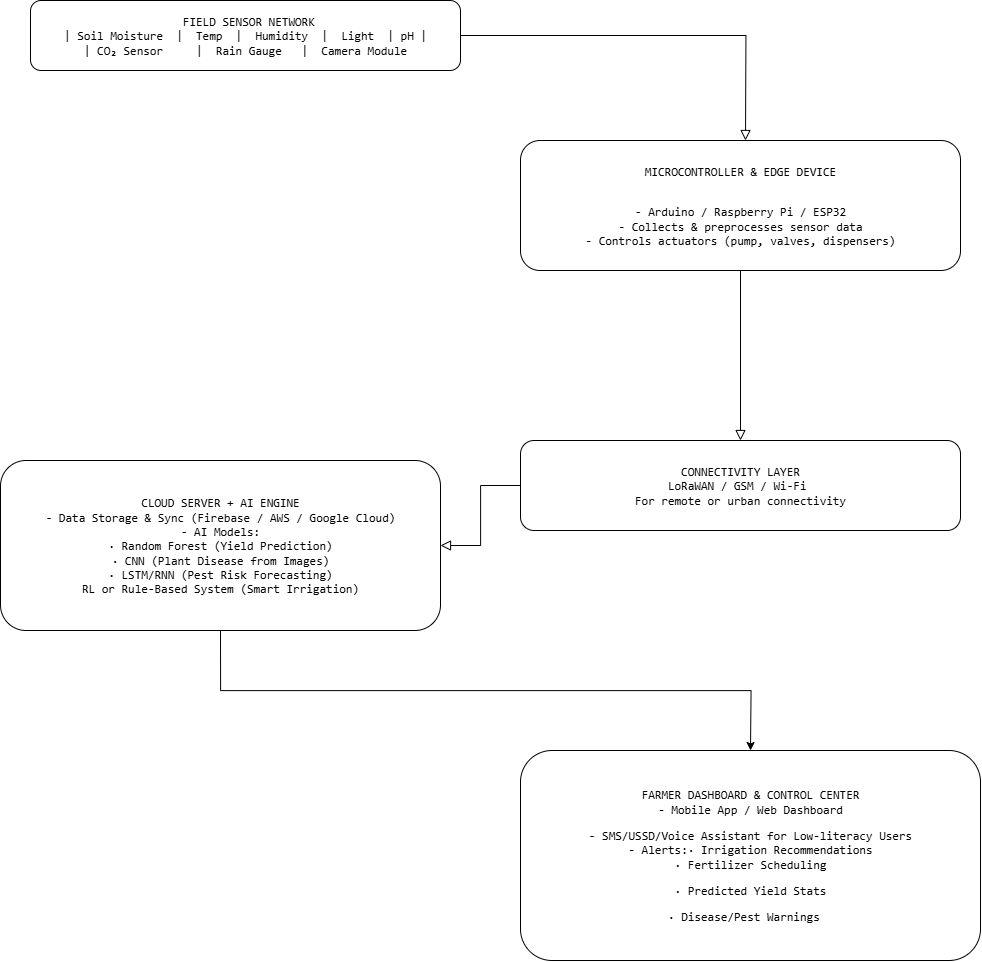
This is Image.png from Brillywam/AI_Future_Directions, a draw.io export, as it was before one commit. Source tidied: cells renumbered, new cells last; positions are measured from the earlier drawing's top-left corner, leaving out a move shared by most shapes. Its diagram source:
```xml
<mxGraphModel>
  <root>
    <mxCell id="0" />
    <mxCell id="1" parent="0" />
    <mxCell id="2" style="rounded=0;html=1;jettySize=auto;fontSize=11;endArrow=block;endFill=0;endSize=8;strokeWidth=1;shadow=0;labelBackgroundColor=none;edgeStyle=orthogonalEdgeStyle;strokeColor=light-dark(#000000,#FFFFFF);" parent="1" edge="1" source="3">
      <mxGeometry relative="1" as="geometry">
        <mxPoint x="745" y="140" as="targetPoint" />
      </mxGeometry>
    </mxCell>
    <mxCell id="3" value="&lt;pre&gt; FIELD SENSOR NETWORK&lt;br&gt;| Soil Moisture  |  Temp  |  Humidity  |  Light  | pH |&lt;br&gt;| CO₂ Sensor     |  Rain Gauge   |  Camera Module&lt;/pre&gt;" style="rounded=1;whiteSpace=wrap;html=1;fontSize=12;glass=0;strokeWidth=1;shadow=0;strokeColor=light-dark(#000000,#FFFFFF);" parent="1" vertex="1">
      <mxGeometry x="30" width="430" height="70" as="geometry" />
    </mxCell>
    <mxCell id="4" style="rounded=0;html=1;jettySize=auto;fontSize=11;endArrow=block;endFill=0;endSize=8;strokeWidth=1;shadow=0;labelBackgroundColor=none;edgeStyle=orthogonalEdgeStyle;exitX=0.5;exitY=1;exitDx=0;exitDy=0;entryX=0.5;entryY=0;entryDx=0;entryDy=0;strokeColor=light-dark(#000000,#FFFFFF);" parent="1" edge="1" source="8" target="9">
      <mxGeometry y="20" relative="1" as="geometry" />
    </mxCell>
    <mxCell id="5" style="rounded=0;html=1;jettySize=auto;fontSize=11;endArrow=block;endFill=0;endSize=8;strokeWidth=1;shadow=0;labelBackgroundColor=none;edgeStyle=orthogonalEdgeStyle;strokeColor=light-dark(#000000,#FFFFFF);" parent="1" edge="1" source="9" target="7">
      <mxGeometry x="0.33" y="20" relative="1" as="geometry" />
    </mxCell>
    <mxCell id="6" style="edgeStyle=orthogonalEdgeStyle;rounded=0;jettySize=auto;html=1;exitX=0.5;exitY=1;exitDx=0;exitDy=0;strokeColor=light-dark(#000000,#FFFFFF);" parent="1" edge="1" source="7">
      <mxGeometry relative="1" as="geometry">
        <mxPoint x="750" y="750" as="targetPoint" />
      </mxGeometry>
    </mxCell>
    <mxCell id="7" value="&lt;pre&gt;CLOUD SERVER + AI ENGINE&lt;br/&gt;- Data Storage &amp;amp; Sync (Firebase / AWS / Google Cloud)&lt;br/&gt;- AI Models:&lt;br/&gt;· Random Forest (Yield Prediction)&lt;br/&gt;· CNN (Plant Disease from Images)&lt;br/&gt;· LSTM/RNN (Pest Risk Forecasting)&lt;br/&gt;RL or Rule-Based System (Smart Irrigation)&lt;/pre&gt;" style="rounded=1;whiteSpace=wrap;html=1;fontSize=12;glass=0;strokeWidth=1;shadow=0;strokeColor=light-dark(#000000,#FFFFFF);" parent="1" vertex="1">
      <mxGeometry y="460" width="440" height="170" as="geometry" />
    </mxCell>
    <mxCell id="8" value="&lt;pre&gt;MICROCONTROLLER &amp;amp; EDGE DEVICE&lt;br/&gt;&lt;br&gt;&lt;/pre&gt;&lt;pre&gt;- Arduino / Raspberry Pi / ESP32&lt;br/&gt;- Collects &amp;amp; preprocesses sensor data&lt;br/&gt;- Controls actuators (pump, valves, dispensers)&lt;/pre&gt;" style="rounded=1;whiteSpace=wrap;html=1;align=center;strokeColor=light-dark(#000000,#FFFFFF);" parent="1" vertex="1">
      <mxGeometry x="520" y="140" width="440" height="130" as="geometry" />
    </mxCell>
    <mxCell id="9" value="&lt;pre&gt;CONNECTIVITY LAYER&lt;br/&gt;LoRaWAN / GSM / Wi-Fi &lt;br/&gt;For remote or urban connectivity&lt;/pre&gt;" style="rounded=1;whiteSpace=wrap;html=1;strokeColor=light-dark(#000000,#FFFFFF);" parent="1" vertex="1">
      <mxGeometry x="520" y="440" width="440" height="90" as="geometry" />
    </mxCell>
    <mxCell id="10" value="&lt;pre&gt;FARMER DASHBOARD &amp;amp; CONTROL CENTER&lt;br&gt;- Mobile App / Web Dashboard&lt;/pre&gt;&lt;pre&gt;- SMS/USSD/Voice Assistant for Low-literacy Users&lt;br&gt;- Alerts:· Irrigation Recommendations&lt;br&gt;· Fertilizer Scheduling&lt;/pre&gt;&lt;pre&gt;· Predicted Yield Stats&lt;/pre&gt;&lt;pre&gt;· Disease/Pest Warnings  &lt;/pre&gt;" style="rounded=1;whiteSpace=wrap;html=1;align=center;strokeColor=light-dark(#000000,#FFFFFF);" parent="1" vertex="1">
      <mxGeometry x="520" y="750" width="460" height="210" as="geometry" />
    </mxCell>
  </root>
</mxGraphModel>
```
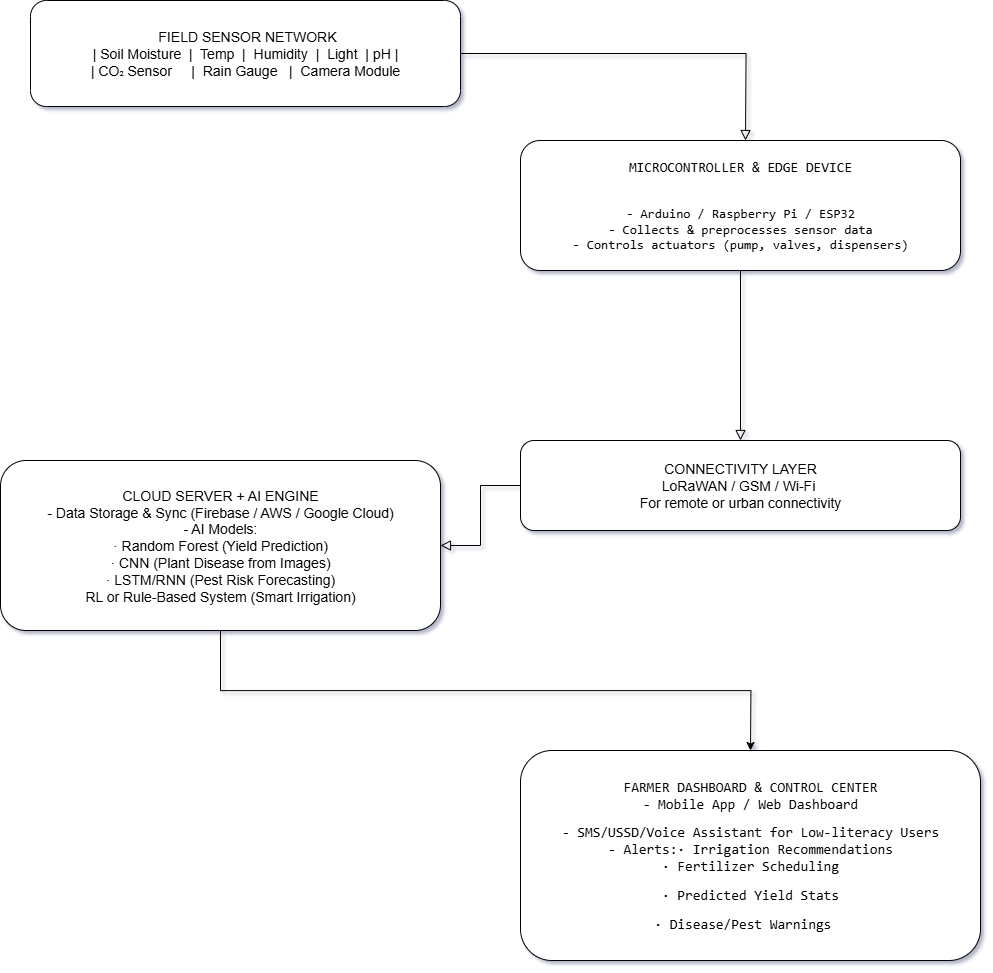
After the change.

Change to the diagram source:
```diff
@@ -1,4 +1,4 @@
-<mxGraphModel>
+<mxGraphModel background="#FFFFFF" shadow="1">
   <root>
     <mxCell id="0" />
     <mxCell id="1" parent="0" />
@@ -7,8 +7,8 @@
         <mxPoint x="745" y="140" as="targetPoint" />
       </mxGeometry>
     </mxCell>
-    <mxCell id="3" value="&lt;pre&gt; FIELD SENSOR NETWORK&lt;br&gt;| Soil Moisture  |  Temp  |  Humidity  |  Light  | pH |&lt;br&gt;| CO₂ Sensor     |  Rain Gauge   |  Camera Module&lt;/pre&gt;" style="rounded=1;whiteSpace=wrap;html=1;fontSize=12;glass=0;strokeWidth=1;shadow=0;strokeColor=light-dark(#000000,#FFFFFF);" parent="1" vertex="1">
-      <mxGeometry x="30" width="430" height="70" as="geometry" />
+    <mxCell id="3" value="&lt;pre&gt;&lt;font face=&quot;Helvetica&quot; style=&quot;font-size: 14px;&quot;&gt; FIELD SENSOR NETWORK&lt;br&gt;| Soil Moisture  |  Temp  |  Humidity  |  Light  | pH |&lt;br&gt;| CO₂ Sensor     |  Rain Gauge   |  Camera Module&lt;/font&gt;&lt;/pre&gt;" style="rounded=1;whiteSpace=wrap;html=1;fontSize=12;glass=0;strokeWidth=1;shadow=0;strokeColor=light-dark(#000000,#FFFFFF);" parent="1" vertex="1">
+      <mxGeometry x="30" width="430" height="106" as="geometry" />
     </mxCell>
     <mxCell id="4" style="rounded=0;html=1;jettySize=auto;fontSize=11;endArrow=block;endFill=0;endSize=8;strokeWidth=1;shadow=0;labelBackgroundColor=none;edgeStyle=orthogonalEdgeStyle;exitX=0.5;exitY=1;exitDx=0;exitDy=0;entryX=0.5;entryY=0;entryDx=0;entryDy=0;strokeColor=light-dark(#000000,#FFFFFF);" parent="1" edge="1" source="8" target="9">
       <mxGeometry y="20" relative="1" as="geometry" />
@@ -21,16 +21,16 @@
         <mxPoint x="750" y="750" as="targetPoint" />
       </mxGeometry>
     </mxCell>
-    <mxCell id="7" value="&lt;pre&gt;CLOUD SERVER + AI ENGINE&lt;br/&gt;- Data Storage &amp;amp; Sync (Firebase / AWS / Google Cloud)&lt;br/&gt;- AI Models:&lt;br/&gt;· Random Forest (Yield Prediction)&lt;br/&gt;· CNN (Plant Disease from Images)&lt;br/&gt;· LSTM/RNN (Pest Risk Forecasting)&lt;br/&gt;RL or Rule-Based System (Smart Irrigation)&lt;/pre&gt;" style="rounded=1;whiteSpace=wrap;html=1;fontSize=12;glass=0;strokeWidth=1;shadow=0;strokeColor=light-dark(#000000,#FFFFFF);" parent="1" vertex="1">
+    <mxCell id="7" value="&lt;pre&gt;&lt;font face=&quot;Helvetica&quot; style=&quot;font-size: 14px;&quot;&gt;CLOUD SERVER + AI ENGINE&lt;br&gt;- Data Storage &amp;amp; Sync (Firebase / AWS / Google Cloud)&lt;br&gt;- AI Models:&lt;br&gt;· Random Forest (Yield Prediction)&lt;br&gt;· CNN (Plant Disease from Images)&lt;br&gt;· LSTM/RNN (Pest Risk Forecasting)&lt;br&gt;RL or Rule-Based System (Smart Irrigation)&lt;/font&gt;&lt;/pre&gt;" style="rounded=1;whiteSpace=wrap;html=1;fontSize=12;glass=0;strokeWidth=1;shadow=0;strokeColor=light-dark(#000000,#FFFFFF);" parent="1" vertex="1">
       <mxGeometry y="460" width="440" height="170" as="geometry" />
     </mxCell>
-    <mxCell id="8" value="&lt;pre&gt;MICROCONTROLLER &amp;amp; EDGE DEVICE&lt;br/&gt;&lt;br&gt;&lt;/pre&gt;&lt;pre&gt;- Arduino / Raspberry Pi / ESP32&lt;br/&gt;- Collects &amp;amp; preprocesses sensor data&lt;br/&gt;- Controls actuators (pump, valves, dispensers)&lt;/pre&gt;" style="rounded=1;whiteSpace=wrap;html=1;align=center;strokeColor=light-dark(#000000,#FFFFFF);" parent="1" vertex="1">
+    <mxCell id="8" value="&lt;pre&gt;&lt;font style=&quot;font-size: 14px;&quot;&gt;MICROCONTROLLER &amp;amp; EDGE DEVICE&lt;br&gt;&lt;br&gt;&lt;/font&gt;&lt;/pre&gt;&lt;pre&gt;&lt;font size=&quot;3&quot;&gt;- Arduino / Raspberry Pi / ESP32&lt;br&gt;- Collects &amp;amp; preprocesses sensor data&lt;br&gt;- Controls actuators (pump, valves, dispensers)&lt;/font&gt;&lt;/pre&gt;" style="rounded=1;whiteSpace=wrap;html=1;align=center;strokeColor=light-dark(#000000,#FFFFFF);" parent="1" vertex="1">
       <mxGeometry x="520" y="140" width="440" height="130" as="geometry" />
     </mxCell>
-    <mxCell id="9" value="&lt;pre&gt;CONNECTIVITY LAYER&lt;br/&gt;LoRaWAN / GSM / Wi-Fi &lt;br/&gt;For remote or urban connectivity&lt;/pre&gt;" style="rounded=1;whiteSpace=wrap;html=1;strokeColor=light-dark(#000000,#FFFFFF);" parent="1" vertex="1">
+    <mxCell id="9" value="&lt;pre&gt;&lt;font face=&quot;Helvetica&quot; style=&quot;font-size: 14px;&quot;&gt;CONNECTIVITY LAYER&lt;br&gt;LoRaWAN / GSM / Wi-Fi &lt;br&gt;For remote or urban connectivity&lt;/font&gt;&lt;/pre&gt;" style="rounded=1;whiteSpace=wrap;html=1;strokeColor=light-dark(#000000,#FFFFFF);" parent="1" vertex="1">
       <mxGeometry x="520" y="440" width="440" height="90" as="geometry" />
     </mxCell>
-    <mxCell id="10" value="&lt;pre&gt;FARMER DASHBOARD &amp;amp; CONTROL CENTER&lt;br&gt;- Mobile App / Web Dashboard&lt;/pre&gt;&lt;pre&gt;- SMS/USSD/Voice Assistant for Low-literacy Users&lt;br&gt;- Alerts:· Irrigation Recommendations&lt;br&gt;· Fertilizer Scheduling&lt;/pre&gt;&lt;pre&gt;· Predicted Yield Stats&lt;/pre&gt;&lt;pre&gt;· Disease/Pest Warnings  &lt;/pre&gt;" style="rounded=1;whiteSpace=wrap;html=1;align=center;strokeColor=light-dark(#000000,#FFFFFF);" parent="1" vertex="1">
+    <mxCell id="10" value="&lt;pre&gt;&lt;font style=&quot;font-size: 14px;&quot;&gt;FARMER DASHBOARD &amp;amp; CONTROL CENTER&lt;br&gt;- Mobile App / Web Dashboard&lt;/font&gt;&lt;/pre&gt;&lt;pre&gt;&lt;font style=&quot;font-size: 14px;&quot;&gt;- SMS/USSD/Voice Assistant for Low-literacy Users&lt;br&gt;- Alerts:· Irrigation Recommendations&lt;br&gt;· Fertilizer Scheduling&lt;/font&gt;&lt;/pre&gt;&lt;pre&gt;&lt;font style=&quot;font-size: 14px;&quot;&gt;· Predicted Yield Stats&lt;/font&gt;&lt;/pre&gt;&lt;pre&gt;&lt;font style=&quot;font-size: 14px;&quot;&gt;· Disease/Pest Warnings  &lt;/font&gt;&lt;/pre&gt;" style="rounded=1;whiteSpace=wrap;html=1;align=center;strokeColor=light-dark(#000000,#FFFFFF);" parent="1" vertex="1">
       <mxGeometry x="520" y="750" width="460" height="210" as="geometry" />
     </mxCell>
   </root>
```
